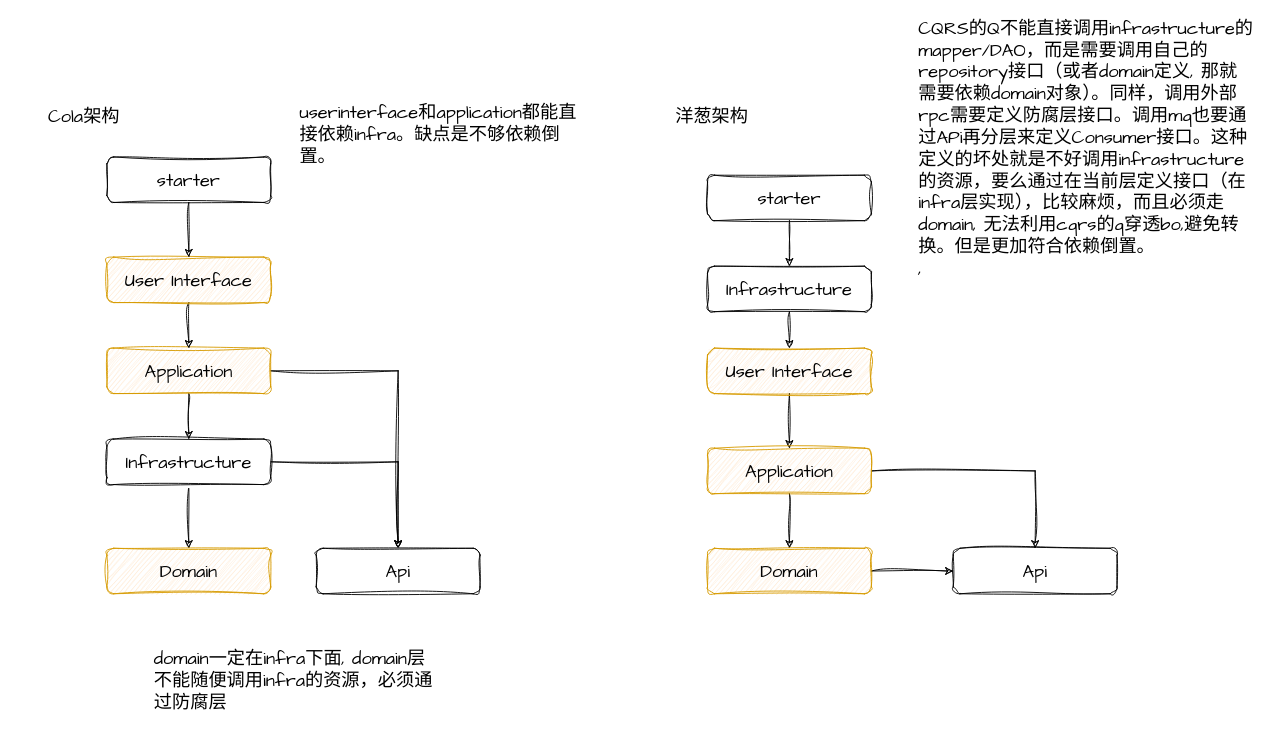
This is doc/uml.drawio from chad0204/ddd, a draw.io file, before an edit. Source tidied: cells renumbered, new cells numbered last; positions are measured from the earlier drawing's top-left corner, leaving out a move shared by most shapes. Both pictures are drawn from the tidied source at 91%, with x=0, y=0 at pixel (15, 93).
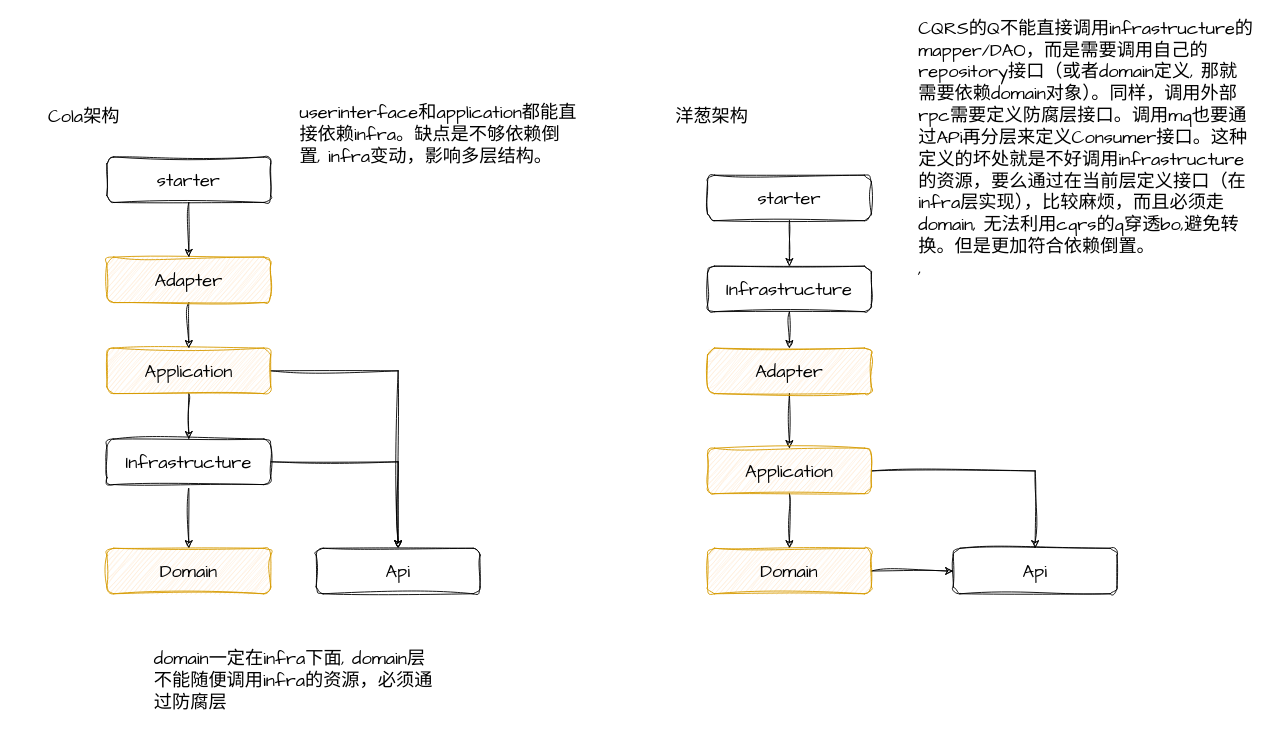
The same page after the edit.

Diff of the diagram source:
```diff
@@
-    <mxCell id="6" value="User Interface" style="rounded=1;whiteSpace=wrap;html=1;sketch=1;hachureGap=4;jiggle=2;curveFitting=1;fontFamily=Architects Daughter;fontSize=20;fillColor=#ffe6cc;strokeColor=#d79b00;" parent="1" vertex="1">
+    <mxCell id="6" value="Adapter" style="rounded=1;whiteSpace=wrap;html=1;sketch=1;hachureGap=4;jiggle=2;curveFitting=1;fontFamily=Architects Daughter;fontSize=20;fillColor=#ffe6cc;strokeColor=#d79b00;" parent="1" vertex="1">
       <mxGeometry x="100" y="180" width="180" height="50" as="geometry" />
     </mxCell>
@@
-    <mxCell id="12" value="User Interface" style="rounded=1;whiteSpace=wrap;html=1;sketch=1;hachureGap=4;jiggle=2;curveFitting=1;fontFamily=Architects Daughter;fontSize=20;fillColor=#ffe6cc;strokeColor=#d79b00;" parent="1" vertex="1">
+    <mxCell id="12" value="Adapter" style="rounded=1;whiteSpace=wrap;html=1;sketch=1;hachureGap=4;jiggle=2;curveFitting=1;fontFamily=Architects Daughter;fontSize=20;fillColor=#ffe6cc;strokeColor=#d79b00;" parent="1" vertex="1">
       <mxGeometry x="760" y="280" width="180" height="50" as="geometry" />
     </mxCell>
@@
-    <mxCell id="28" value="userinterface和application都能直接依赖infra。缺点是不够依赖倒置。" style="text;html=1;strokeColor=none;fillColor=none;align=left;verticalAlign=middle;whiteSpace=wrap;rounded=0;fontSize=20;fontFamily=Architects Daughter;" parent="1" vertex="1">
+    <mxCell id="28" value="userinterface和application都能直接依赖infra。缺点是不够依赖倒置, infra变动，影响多层结构。" style="text;html=1;strokeColor=none;fillColor=none;align=left;verticalAlign=middle;whiteSpace=wrap;rounded=0;fontSize=20;fontFamily=Architects Daughter;" parent="1" vertex="1">
       <mxGeometry x="310" width="310" height="90" as="geometry" />
     </mxCell>
```
